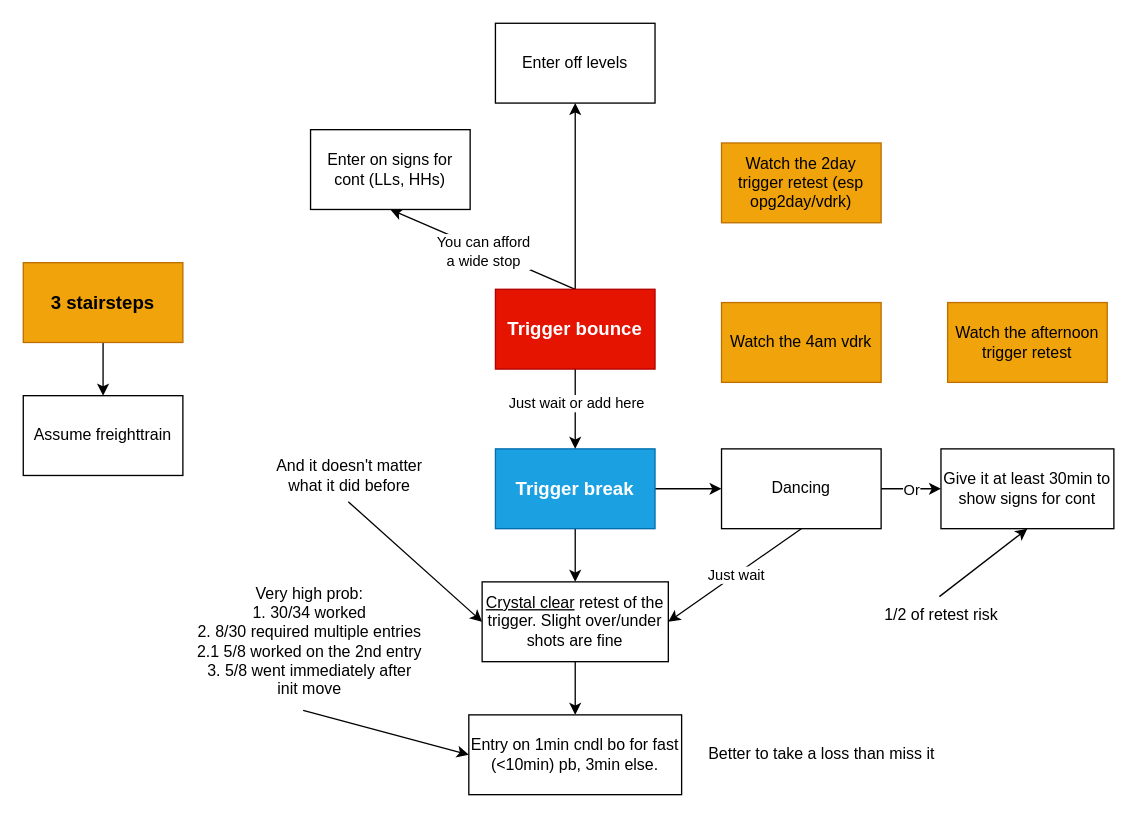
sinixy/strats keeps this draw.io diagram as windows.drawio. Above is the earlier version. Source tidied: cells renumbered, new cells numbered last; positions are measured from the earlier drawing's top-left corner, leaving out a move shared by most shapes. Both pictures are drawn from the tidied source at 133%, with x=0, y=0 at pixel (23, 23).
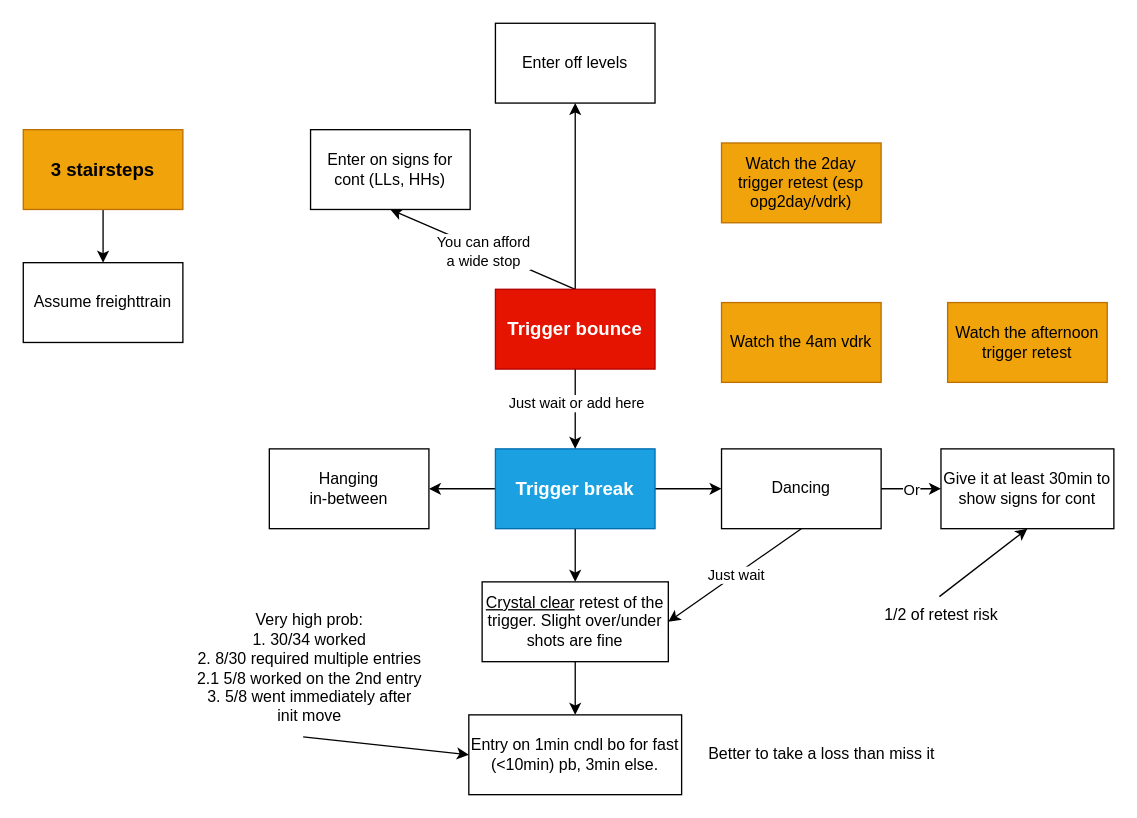
Above is the later version.

The change refers to these unchanged cells:
```xml
<mxCell id="4" value="Trigger break" style="whiteSpace=wrap;html=1;fillColor=#1ba1e2;fontColor=light-dark(#FFFFFF,#FFFCFC);strokeColor=#006EAF;fontStyle=1;fontSize=14;" parent="1" vertex="1">
  <mxGeometry x="355" y="320" width="120" height="60" as="geometry" />
</mxCell>
<mxCell id="6" value="&lt;u&gt;Crystal clear&lt;/u&gt; retest of the trigger. Slight over/under shots are fine" style="whiteSpace=wrap;html=1;" parent="1" vertex="1">
  <mxGeometry x="345" y="420" width="140" height="60" as="geometry" />
</mxCell>
```

Change to the diagram source:
```diff
@@
+    <mxCell id="35" style="edgeStyle=orthogonalEdgeStyle;rounded=0;jettySize=auto;html=1;exitX=0;exitY=0.5;exitDx=0;exitDy=0;entryX=1;entryY=0.5;entryDx=0;entryDy=0;" parent="1" edge="1" source="4" target="36">
+      <mxGeometry relative="1" as="geometry" />
+    </mxCell>
@@
     <mxCell id="8" value="&lt;font style=&quot;&quot;&gt;Very high prob:&lt;/font&gt;&lt;div&gt;&lt;font style=&quot;&quot;&gt;1. 30/34 worked&lt;/font&gt;&lt;/div&gt;&lt;div&gt;&lt;font style=&quot;&quot;&gt;2. 8/30 required multiple&amp;nbsp;&lt;span style=&quot;background-color: transparent;&quot;&gt;entries&lt;/span&gt;&lt;/font&gt;&lt;/div&gt;&lt;div&gt;&lt;font style=&quot;&quot;&gt;2.1 5/8 worked on the 2nd entry&lt;/font&gt;&lt;/div&gt;&lt;div&gt;&lt;font style=&quot;&quot;&gt;3. 5/8 went&amp;nbsp;&lt;span style=&quot;background-color: transparent;&quot;&gt;immediately&lt;/span&gt;&lt;span style=&quot;background-color: transparent;&quot;&gt;&amp;nbsp;&lt;/span&gt;&lt;span style=&quot;background-color: transparent;&quot;&gt;after&lt;/span&gt;&lt;/font&gt;&lt;/div&gt;&lt;div&gt;&lt;span style=&quot;background-color: transparent;&quot;&gt;&lt;font style=&quot;&quot;&gt;init move&lt;/font&gt;&lt;/span&gt;&lt;/div&gt;" style="text;html=1;align=center;verticalAlign=middle;points=[];strokeColor=none;fillColor=none;fontColor=light-dark(#000000,#FFFFFF);" parent="1" vertex="1">
-      <mxGeometry x="120" y="415" width="190" height="100" as="geometry" />
+      <mxGeometry x="120" y="435" width="190" height="100" as="geometry" />
     </mxCell>
@@
-    <mxCell id="10" style="endArrow=classic;html=1;entryX=0;entryY=0.5;entryDx=0;entryDy=0;exitX=0.495;exitY=0.993;exitDx=0;exitDy=0;exitPerimeter=0;" parent="1" edge="1" source="11" target="6">
-      <mxGeometry relative="1" as="geometry" />
-    </mxCell>
-    <mxCell id="11" value="And it doesn't matter&lt;div&gt;what it did before&lt;/div&gt;" style="text;html=1;align=center;verticalAlign=middle;points=[];strokeColor=none;fillColor=none;" parent="1" vertex="1">
-      <mxGeometry x="180" y="320" width="130" height="40" as="geometry" />
-    </mxCell>
@@
     <mxCell id="33" value="3 stairsteps" style="whiteSpace=wrap;html=1;fillColor=#f0a30a;fontColor=#000000;strokeColor=#BD7000;fontSize=14;fontStyle=1;" parent="1" vertex="1">
-      <mxGeometry y="180" width="120" height="60" as="geometry" />
+      <mxGeometry y="80" width="120" height="60" as="geometry" />
     </mxCell>
     <mxCell id="34" value="Assume freighttrain" style="whiteSpace=wrap;html=1;" parent="1" vertex="1">
-      <mxGeometry y="280" width="120" height="60" as="geometry" />
+      <mxGeometry y="180" width="120" height="60" as="geometry" />
     </mxCell>
+    <mxCell id="36" value="Hanging&lt;div&gt;in-between&lt;/div&gt;" style="whiteSpace=wrap;html=1;fontSize=12;fontStyle=0;" parent="1" vertex="1">
+      <mxGeometry x="185" y="320" width="120" height="60" as="geometry" />
+    </mxCell>
```
